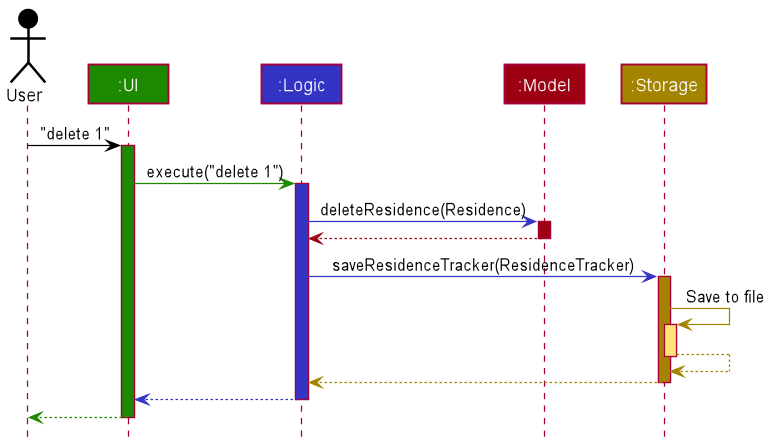
Above: docs/images/ArchitectureSequenceDiagram.png in nus-cs2103-AY2021S2/tp (PlantUML), before the change. Its source is kept beside it as docs/diagrams/ArchitectureSequenceDiagram.puml.
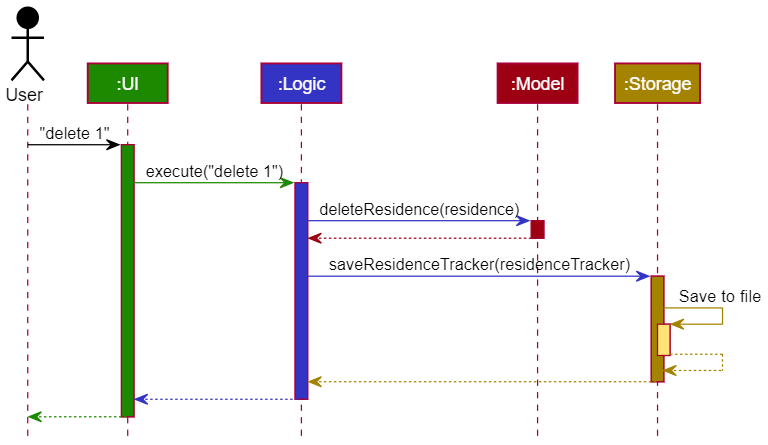
The same diagram one commit later.

The edit, as a diff of the source:
```diff
@@ -13,13 +13,13 @@
 ui -[UI_COLOR]> logic : execute("delete 1")
 activate logic LOGIC_COLOR
 
-logic -[LOGIC_COLOR]> model : deleteResidence(Residence)
+logic -[LOGIC_COLOR]> model : deleteResidence(residence)
 activate model MODEL_COLOR
 
 model -[MODEL_COLOR]-> logic
 deactivate model
 
-logic -[LOGIC_COLOR]> storage : saveResidenceTracker(ResidenceTracker)
+logic -[LOGIC_COLOR]> storage : saveResidenceTracker(residenceTracker)
 activate storage STORAGE_COLOR
 
 storage -[STORAGE_COLOR]> storage : Save to file
```
